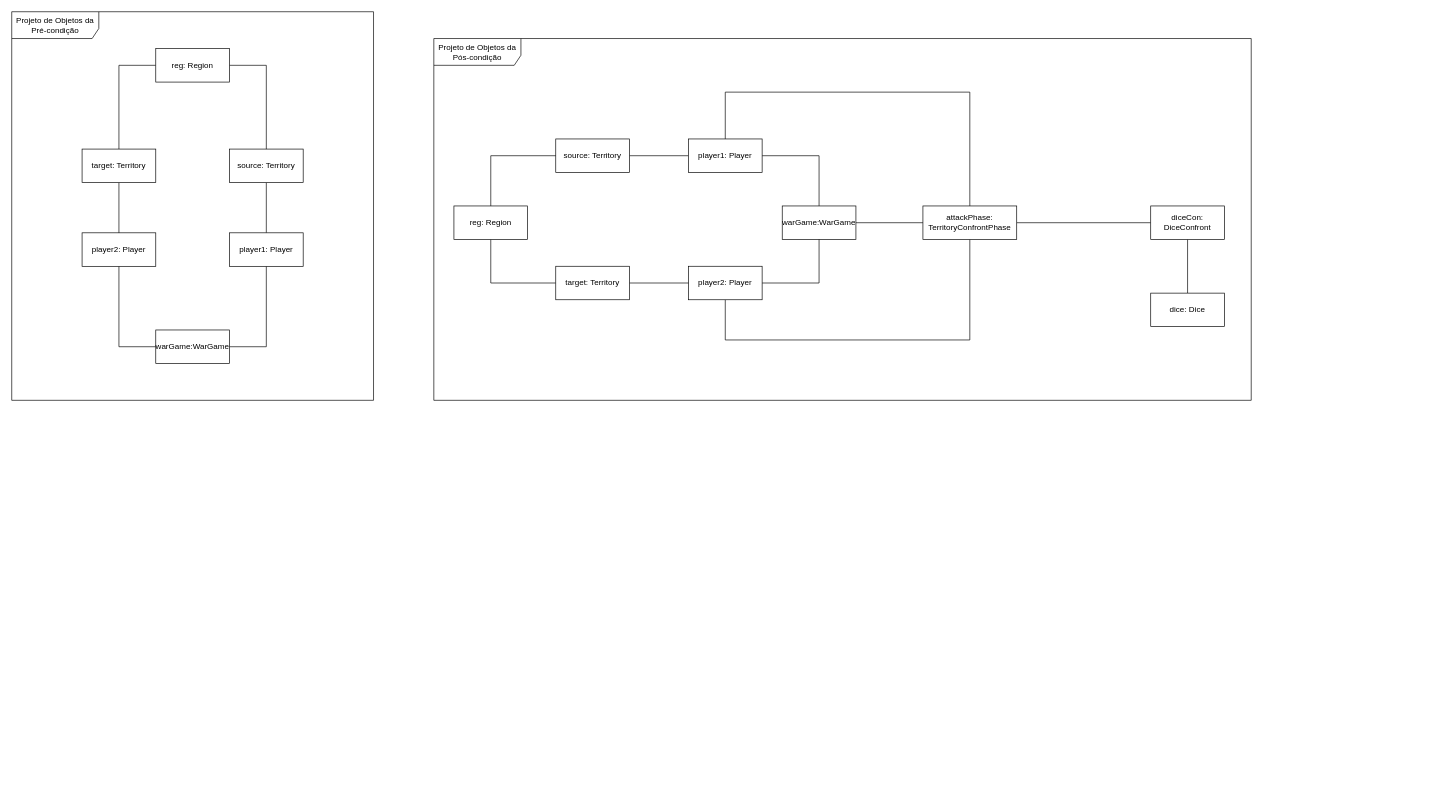
Above: collaboration-diagram.drawio in Gil32610/operation-contract-territory-confront (draw.io), before the change. Source tidied: cells renumbered, new cells numbered last; positions are measured from the earlier drawing's top-left corner, leaving out a move shared by most shapes. Both pictures are drawn from the tidied source at 67%, with x=0, y=0 at pixel (11, 11).
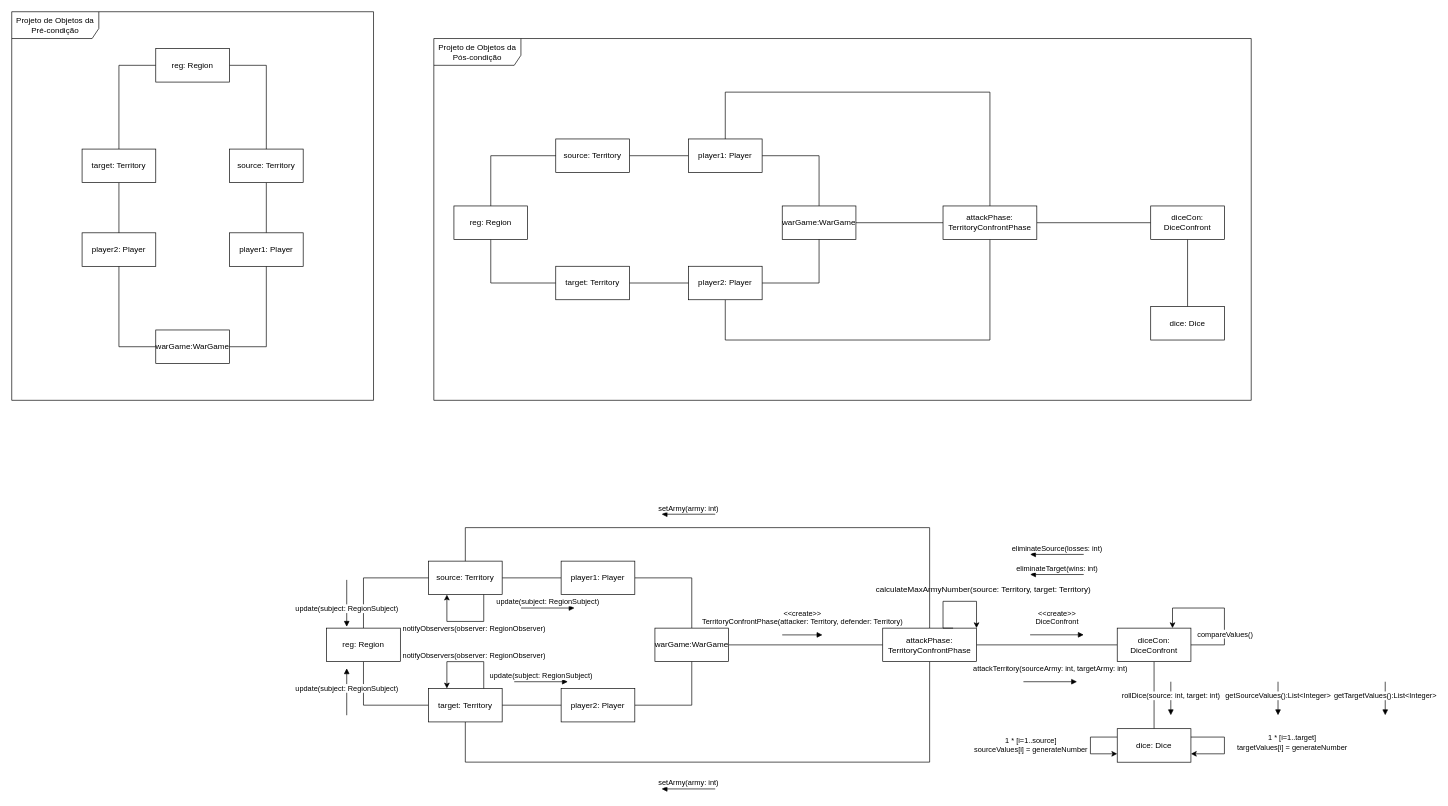
The same diagram, later.

Commit message:
collaboration diagram

The change refers to these unchanged cells:
```xml
<mxCell id="20" value="player2: Player" style="html=1;whiteSpace=wrap;" parent="1" vertex="1">
  <mxGeometry x="1010" y="379.9" width="110" height="50" as="geometry" />
</mxCell>
<mxCell id="23" value="player1: Player" style="html=1;whiteSpace=wrap;" parent="1" vertex="1">
  <mxGeometry x="1010" y="189.9" width="110" height="50" as="geometry" />
</mxCell>
```

Diff of the diagram source:
```diff
@@
     <mxCell id="19" style="edgeStyle=orthogonalEdgeStyle;rounded=0;jettySize=auto;html=1;entryX=0.5;entryY=1;entryDx=0;entryDy=0;endArrow=none;endFill=0;" parent="1" edge="1" source="20" target="32">
       <mxGeometry relative="1" as="geometry">
         <Array as="points">
-          <mxPoint x="1065" y="489.9" />
-          <mxPoint x="1430" y="489.9" />
+          <mxPoint x="1065" y="490" />
+          <mxPoint x="1460" y="490" />
         </Array>
       </mxGeometry>
     </mxCell>
@@
     <mxCell id="22" style="edgeStyle=orthogonalEdgeStyle;rounded=0;jettySize=auto;html=1;entryX=0.5;entryY=0;entryDx=0;entryDy=0;endArrow=none;endFill=0;" parent="1" edge="1" source="23" target="32">
       <mxGeometry relative="1" as="geometry">
         <Array as="points">
           <mxPoint x="1065" y="120" />
-          <mxPoint x="1430" y="120" />
+          <mxPoint x="1460" y="120" />
         </Array>
       </mxGeometry>
     </mxCell>
@@
     <mxCell id="32" value="&lt;blockquote&gt;attackPhase: TerritoryConfrontPhase&lt;/blockquote&gt;" style="html=1;whiteSpace=wrap;" parent="1" vertex="1">
-      <mxGeometry x="1360" y="289.9" width="140" height="50" as="geometry" />
+      <mxGeometry x="1390" y="289.9" width="140" height="50" as="geometry" />
     </mxCell>
@@
     <mxCell id="35" value="dice: Dice" style="html=1;whiteSpace=wrap;" parent="1" vertex="1">
-      <mxGeometry x="1700" y="420" width="110" height="50" as="geometry" />
+      <mxGeometry x="1700" y="440" width="110" height="50" as="geometry" />
     </mxCell>
+    <mxCell id="36" style="edgeStyle=orthogonalEdgeStyle;rounded=0;jettySize=auto;html=1;entryX=1;entryY=0.5;entryDx=0;entryDy=0;exitX=0.5;exitY=0;exitDx=0;exitDy=0;endArrow=none;endFill=0;" parent="1" edge="1" source="38" target="43">
+      <mxGeometry relative="1" as="geometry" />
+    </mxCell>
+    <mxCell id="37" style="edgeStyle=orthogonalEdgeStyle;rounded=0;jettySize=auto;html=1;entryX=0;entryY=0.5;entryDx=0;entryDy=0;endArrow=none;endFill=0;" parent="1" edge="1" source="38" target="52">
+      <mxGeometry relative="1" as="geometry" />
+    </mxCell>
+    <mxCell id="38" value="warGame:WarGame" style="html=1;whiteSpace=wrap;" parent="1" vertex="1">
+      <mxGeometry x="960" y="920" width="110" height="50" as="geometry" />
+    </mxCell>
+    <mxCell id="39" style="edgeStyle=orthogonalEdgeStyle;rounded=0;jettySize=auto;html=1;endArrow=none;endFill=0;entryX=0.5;entryY=1;entryDx=0;entryDy=0;exitX=1;exitY=0.5;exitDx=0;exitDy=0;" parent="1" edge="1" source="41" target="38">
+      <mxGeometry relative="1" as="geometry" />
+    </mxCell>
+    <mxCell id="40" style="edgeStyle=orthogonalEdgeStyle;rounded=0;jettySize=auto;html=1;entryX=0.5;entryY=1;entryDx=0;entryDy=0;endArrow=none;endFill=0;exitX=0.5;exitY=1;exitDx=0;exitDy=0;" parent="1" edge="1" source="47" target="52">
+      <mxGeometry relative="1" as="geometry">
+        <Array as="points">
+          <mxPoint x="677" y="1120" />
+          <mxPoint x="1370" y="1120" />
+        </Array>
+      </mxGeometry>
+    </mxCell>
+    <mxCell id="41" value="player2: Player" style="html=1;whiteSpace=wrap;" parent="1" vertex="1">
+      <mxGeometry x="820" y="1010" width="110" height="50" as="geometry" />
+    </mxCell>
+    <mxCell id="42" style="edgeStyle=orthogonalEdgeStyle;rounded=0;jettySize=auto;html=1;entryX=1;entryY=0.5;entryDx=0;entryDy=0;endArrow=none;endFill=0;" parent="1" edge="1" source="43" target="44">
+      <mxGeometry relative="1" as="geometry" />
+    </mxCell>
+    <mxCell id="43" value="player1: Player" style="html=1;whiteSpace=wrap;" parent="1" vertex="1">
+      <mxGeometry x="820" y="820" width="110" height="50" as="geometry" />
+    </mxCell>
+    <mxCell id="44" value="source: Territory" style="html=1;whiteSpace=wrap;" parent="1" vertex="1">
+      <mxGeometry x="622" y="820" width="110" height="50" as="geometry" />
+    </mxCell>
+    <mxCell id="45" style="edgeStyle=orthogonalEdgeStyle;rounded=0;jettySize=auto;html=1;entryX=0.5;entryY=1;entryDx=0;entryDy=0;endArrow=none;endFill=0;" parent="1" edge="1" source="47" target="49">
+      <mxGeometry relative="1" as="geometry" />
+    </mxCell>
+    <mxCell id="46" style="edgeStyle=orthogonalEdgeStyle;rounded=0;jettySize=auto;html=1;entryX=0;entryY=0.5;entryDx=0;entryDy=0;endArrow=none;endFill=0;exitX=1;exitY=0.5;exitDx=0;exitDy=0;" parent="1" edge="1" source="47" target="41">
+      <mxGeometry relative="1" as="geometry" />
+    </mxCell>
+    <mxCell id="47" value="target: Territory" style="html=1;whiteSpace=wrap;" parent="1" vertex="1">
+      <mxGeometry x="622" y="1010" width="110" height="50" as="geometry" />
+    </mxCell>
+    <mxCell id="48" style="edgeStyle=orthogonalEdgeStyle;rounded=0;jettySize=auto;html=1;entryX=0;entryY=0.5;entryDx=0;entryDy=0;exitX=0.5;exitY=0;exitDx=0;exitDy=0;endArrow=none;endFill=0;" parent="1" edge="1" source="49" target="44">
+      <mxGeometry relative="1" as="geometry" />
+    </mxCell>
+    <mxCell id="49" value="reg: Region" style="html=1;whiteSpace=wrap;" parent="1" vertex="1">
+      <mxGeometry x="470" y="920" width="110" height="50" as="geometry" />
+    </mxCell>
+    <mxCell id="50" style="edgeStyle=orthogonalEdgeStyle;rounded=0;jettySize=auto;html=1;endArrow=none;endFill=0;" parent="1" edge="1" source="52" target="54">
+      <mxGeometry relative="1" as="geometry" />
+    </mxCell>
+    <mxCell id="51" style="edgeStyle=orthogonalEdgeStyle;rounded=0;jettySize=auto;html=1;entryX=0.5;entryY=0;entryDx=0;entryDy=0;endArrow=none;endFill=0;" parent="1" edge="1" source="52" target="44">
+      <mxGeometry relative="1" as="geometry">
+        <Array as="points">
+          <mxPoint x="1370" y="770" />
+          <mxPoint x="677" y="770" />
+        </Array>
+      </mxGeometry>
+    </mxCell>
+    <mxCell id="52" value="&lt;blockquote&gt;attackPhase: TerritoryConfrontPhase&lt;/blockquote&gt;" style="html=1;whiteSpace=wrap;" parent="1" vertex="1">
+      <mxGeometry x="1300" y="920" width="140" height="50" as="geometry" />
+    </mxCell>
+    <mxCell id="53" style="edgeStyle=orthogonalEdgeStyle;rounded=0;jettySize=auto;html=1;endArrow=none;endFill=0;" parent="1" edge="1" source="54" target="57">
+      <mxGeometry relative="1" as="geometry" />
+    </mxCell>
+    <mxCell id="54" value="diceCon: DiceConfront" style="html=1;whiteSpace=wrap;" parent="1" vertex="1">
+      <mxGeometry x="1650" y="920" width="110" height="50" as="geometry" />
+    </mxCell>
+    <mxCell id="55" style="edgeStyle=orthogonalEdgeStyle;rounded=0;orthogonalLoop=1;jettySize=auto;html=1;exitX=0;exitY=0.25;exitDx=0;exitDy=0;entryX=0;entryY=0.75;entryDx=0;entryDy=0;" parent="1" edge="1" source="57" target="57">
+      <mxGeometry relative="1" as="geometry">
+        <Array as="points">
+          <mxPoint x="1610" y="1083" />
+          <mxPoint x="1610" y="1107" />
+        </Array>
+      </mxGeometry>
+    </mxCell>
+    <mxCell id="56" value="1 * [i=1..source]&lt;br&gt;&lt;div&gt;sourceValues[i] = generateNumber&lt;/div&gt;" style="edgeLabel;html=1;align=center;verticalAlign=middle;" parent="55" vertex="1">
+      <mxGeometry x="-0.02" relative="1" as="geometry">
+        <mxPoint x="-90" y="1" as="offset" />
+      </mxGeometry>
+    </mxCell>
+    <mxCell id="57" value="dice: Dice" style="html=1;whiteSpace=wrap;" parent="1" vertex="1">
+      <mxGeometry x="1650" y="1070.1" width="110" height="50" as="geometry" />
+    </mxCell>
+    <mxCell id="58" value="&lt;div&gt;&amp;lt;&amp;lt;create&amp;gt;&amp;gt;&lt;/div&gt;&lt;div&gt;TerritoryConfrontPhase(attacker: Territory, defender: Territory)&lt;br&gt;&lt;/div&gt;" style="html=1;verticalAlign=bottom;endArrow=block;curved=0;rounded=0;" parent="1" edge="1">
+      <mxGeometry y="10" relative="1" as="geometry">
+        <mxPoint x="1150" y="930.1" as="sourcePoint" />
+        <mxPoint x="1210" y="930.1" as="targetPoint" />
+      </mxGeometry>
+    </mxCell>
+    <mxCell id="59" style="edgeStyle=orthogonalEdgeStyle;rounded=0;orthogonalLoop=1;jettySize=auto;html=1;entryX=1;entryY=0;entryDx=0;entryDy=0;exitX=0.75;exitY=0;exitDx=0;exitDy=0;" parent="1" edge="1" source="52" target="52">
+      <mxGeometry relative="1" as="geometry">
+        <Array as="points">
+          <mxPoint x="1390" y="920" />
+          <mxPoint x="1390" y="880" />
+          <mxPoint x="1440" y="880" />
+        </Array>
+      </mxGeometry>
+    </mxCell>
+    <mxCell id="60" value="calculateMaxArmyNumber(source: Territory, target: Territory)" style="text;html=1;align=center;verticalAlign=middle;strokeColor=none;fillColor=none;" parent="1" vertex="1">
+      <mxGeometry x="1280" y="848" width="340" height="30" as="geometry" />
+    </mxCell>
+    <mxCell id="61" value="&lt;div&gt;&amp;lt;&amp;lt;create&amp;gt;&amp;gt;&lt;/div&gt;&lt;div&gt;DiceConfront&lt;br&gt;&lt;/div&gt;" style="html=1;verticalAlign=bottom;endArrow=block;curved=0;rounded=0;" parent="1" edge="1">
+      <mxGeometry y="10" relative="1" as="geometry">
+        <mxPoint x="1520" y="930" as="sourcePoint" />
+        <mxPoint x="1600" y="930" as="targetPoint" />
+      </mxGeometry>
+    </mxCell>
+    <mxCell id="62" value="attackTerritory(sourceArmy: int, targetArmy: int)" style="html=1;verticalAlign=bottom;endArrow=block;curved=0;rounded=0;" parent="1" edge="1">
+      <mxGeometry y="10" relative="1" as="geometry">
+        <mxPoint x="1510" y="1000" as="sourcePoint" />
+        <mxPoint x="1590" y="1000" as="targetPoint" />
+      </mxGeometry>
+    </mxCell>
+    <mxCell id="63" value="rollDice(source: int, target: int)" style="html=1;verticalAlign=bottom;endArrow=block;curved=0;rounded=0;" parent="1" edge="1">
+      <mxGeometry x="0.2" relative="1" as="geometry">
+        <mxPoint x="1730" y="1000" as="sourcePoint" />
+        <mxPoint x="1730" y="1050" as="targetPoint" />
+      </mxGeometry>
+    </mxCell>
+    <mxCell id="64" style="edgeStyle=orthogonalEdgeStyle;rounded=0;orthogonalLoop=1;jettySize=auto;html=1;entryX=0.75;entryY=0;entryDx=0;entryDy=0;exitX=1;exitY=0.5;exitDx=0;exitDy=0;" parent="1" edge="1" source="54" target="54">
+      <mxGeometry relative="1" as="geometry">
+        <Array as="points">
+          <mxPoint x="1810" y="945" />
+          <mxPoint x="1810" y="890" />
+          <mxPoint x="1733" y="890" />
+        </Array>
+      </mxGeometry>
+    </mxCell>
+    <mxCell id="65" value="compareValues()" style="edgeLabel;html=1;align=center;verticalAlign=middle;" parent="64" vertex="1">
+      <mxGeometry x="-0.37" relative="1" as="geometry" />
+    </mxCell>
+    <mxCell id="66" value="eliminateTarget(wins: int)" style="html=1;verticalAlign=bottom;endArrow=none;curved=0;rounded=0;startArrow=block;startFill=1;endFill=0;" parent="1" edge="1">
+      <mxGeometry relative="1" as="geometry">
+        <mxPoint x="1520" y="840" as="sourcePoint" />
+        <mxPoint x="1600" y="840" as="targetPoint" />
+      </mxGeometry>
+    </mxCell>
+    <mxCell id="67" value="eliminateSource(losses: int)" style="html=1;verticalAlign=bottom;endArrow=none;curved=0;rounded=0;startArrow=block;startFill=1;endFill=0;" parent="1" edge="1">
+      <mxGeometry relative="1" as="geometry">
+        <mxPoint x="1520" y="810" as="sourcePoint" />
+        <mxPoint x="1600" y="810" as="targetPoint" />
+      </mxGeometry>
+    </mxCell>
+    <mxCell id="68" style="edgeStyle=orthogonalEdgeStyle;rounded=0;orthogonalLoop=1;jettySize=auto;html=1;exitX=1;exitY=0.25;exitDx=0;exitDy=0;entryX=1;entryY=0.75;entryDx=0;entryDy=0;" parent="1" edge="1" source="57" target="57">
+      <mxGeometry relative="1" as="geometry">
+        <Array as="points">
+          <mxPoint x="1810" y="1083" />
+          <mxPoint x="1810" y="1108" />
+        </Array>
+      </mxGeometry>
+    </mxCell>
+    <mxCell id="69" value="1 * [i=1..target]&lt;br&gt;&lt;div&gt;targetValues[i] = generateNumber&lt;/div&gt;" style="edgeLabel;html=1;align=center;verticalAlign=middle;" parent="1" vertex="1">
+      <mxGeometry x="1910" y="1090" as="geometry" />
+    </mxCell>
+    <mxCell id="70" value="getSourceValues():List&amp;lt;Integer&amp;gt;" style="html=1;verticalAlign=bottom;endArrow=block;curved=0;rounded=0;" parent="1" edge="1">
+      <mxGeometry x="0.2" relative="1" as="geometry">
+        <mxPoint x="1890" y="1000" as="sourcePoint" />
+        <mxPoint x="1890" y="1050" as="targetPoint" />
+      </mxGeometry>
+    </mxCell>
+    <mxCell id="71" value="getTargetValues():List&amp;lt;Integer&amp;gt;" style="html=1;verticalAlign=bottom;endArrow=block;curved=0;rounded=0;" parent="1" edge="1">
+      <mxGeometry x="0.2" relative="1" as="geometry">
+        <mxPoint x="2050" y="1000" as="sourcePoint" />
+        <mxPoint x="2050" y="1050" as="targetPoint" />
+      </mxGeometry>
+    </mxCell>
+    <mxCell id="72" value="setArmy(army: int)" style="html=1;verticalAlign=bottom;endArrow=none;curved=0;rounded=0;startArrow=block;startFill=1;endFill=0;" parent="1" edge="1">
+      <mxGeometry relative="1" as="geometry">
+        <mxPoint x="970" y="750" as="sourcePoint" />
+        <mxPoint x="1050" y="750" as="targetPoint" />
+      </mxGeometry>
+    </mxCell>
+    <mxCell id="73" value="setArmy(army: int)" style="html=1;verticalAlign=bottom;endArrow=none;curved=0;rounded=0;startArrow=block;startFill=1;endFill=0;" parent="1" edge="1">
+      <mxGeometry relative="1" as="geometry">
+        <mxPoint x="970" y="1160" as="sourcePoint" />
+        <mxPoint x="1050" y="1160" as="targetPoint" />
+      </mxGeometry>
+    </mxCell>
+    <mxCell id="74" style="edgeStyle=orthogonalEdgeStyle;rounded=0;orthogonalLoop=1;jettySize=auto;html=1;exitX=0.75;exitY=0;exitDx=0;exitDy=0;entryX=0.25;entryY=0;entryDx=0;entryDy=0;" parent="1" edge="1" source="47" target="47">
+      <mxGeometry relative="1" as="geometry">
+        <Array as="points">
+          <mxPoint x="704" y="970" />
+          <mxPoint x="650" y="970" />
+        </Array>
+      </mxGeometry>
+    </mxCell>
+    <mxCell id="75" value="notifyObservers(observer: RegionObserver)" style="edgeLabel;html=1;align=center;verticalAlign=middle;" parent="74" vertex="1">
+      <mxGeometry x="0.1" y="-1" relative="1" as="geometry">
+        <mxPoint x="19" y="-9" as="offset" />
+      </mxGeometry>
+    </mxCell>
+    <mxCell id="76" value="update(subject: RegionSubject)" style="html=1;verticalAlign=bottom;endArrow=block;curved=0;rounded=0;" parent="1" edge="1">
+      <mxGeometry relative="1" as="geometry">
+        <mxPoint x="750" y="1000" as="sourcePoint" />
+        <mxPoint x="830" y="1000" as="targetPoint" />
+      </mxGeometry>
+    </mxCell>
+    <mxCell id="77" value="update(subject: RegionSubject)" style="html=1;verticalAlign=bottom;endArrow=block;curved=0;rounded=0;" parent="1" edge="1">
+      <mxGeometry x="-0.14" relative="1" as="geometry">
+        <mxPoint x="500" y="1050" as="sourcePoint" />
+        <mxPoint x="500" y="980" as="targetPoint" />
+        <mxPoint y="-1" as="offset" />
+      </mxGeometry>
+    </mxCell>
+    <mxCell id="78" style="edgeStyle=orthogonalEdgeStyle;rounded=0;orthogonalLoop=1;jettySize=auto;html=1;exitX=0.75;exitY=1;exitDx=0;exitDy=0;entryX=0.25;entryY=1;entryDx=0;entryDy=0;" parent="1" edge="1" source="44" target="44">
+      <mxGeometry relative="1" as="geometry">
+        <Array as="points">
+          <mxPoint x="704" y="910" />
+          <mxPoint x="650" y="910" />
+        </Array>
+      </mxGeometry>
+    </mxCell>
+    <mxCell id="79" value="notifyObservers(observer: RegionObserver)" style="edgeLabel;html=1;align=center;verticalAlign=middle;" parent="78" vertex="1">
+      <mxGeometry x="0.1" y="-1" relative="1" as="geometry">
+        <mxPoint x="19" y="11" as="offset" />
+      </mxGeometry>
+    </mxCell>
+    <mxCell id="80" value="update(subject: RegionSubject)" style="html=1;verticalAlign=bottom;endArrow=block;curved=0;rounded=0;" parent="1" edge="1">
+      <mxGeometry x="0.49" relative="1" as="geometry">
+        <mxPoint x="500" y="848" as="sourcePoint" />
+        <mxPoint x="500" y="918" as="targetPoint" />
+      </mxGeometry>
+    </mxCell>
+    <mxCell id="81" value="update(subject: RegionSubject)" style="html=1;verticalAlign=bottom;endArrow=block;curved=0;rounded=0;" parent="1" edge="1">
+      <mxGeometry relative="1" as="geometry">
+        <mxPoint x="760" y="890" as="sourcePoint" />
+        <mxPoint x="840" y="890" as="targetPoint" />
+      </mxGeometry>
+    </mxCell>
```
